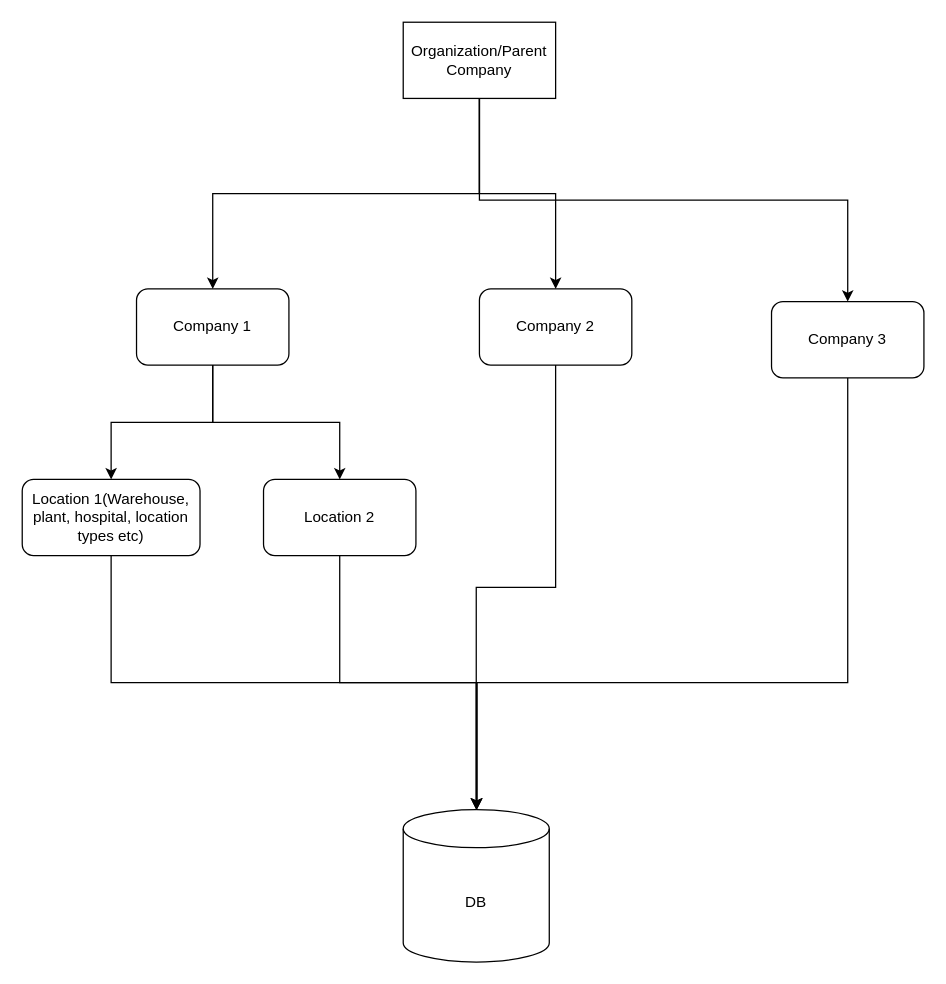
This is page "OrganizationStructure" (5 of 6) of InovXL.drawio from coolsharepoint/Test, a draw.io file, before an edit. Source tidied: cells renumbered, new cells numbered last; positions are measured from the earlier drawing's top-left corner, leaving out a move shared by most shapes. Both pictures are drawn from the tidied source at 127%, with x=0, y=0 at pixel (22, 22).
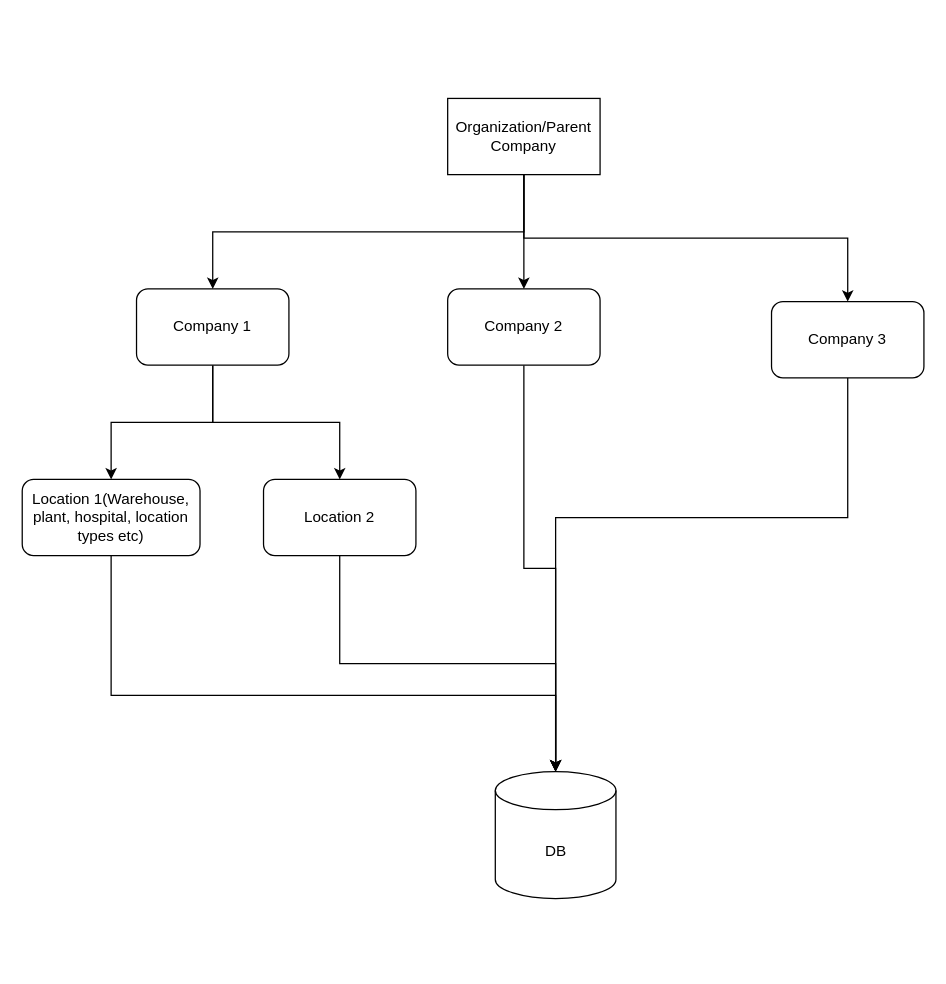
After the change.

Unchanged cells that the change refers to:
```xml
<mxCell id="12" value="Company 3" style="rounded=1;whiteSpace=wrap;html=1;" parent="1" vertex="1">
  <mxGeometry x="590" y="220" width="120" height="60" as="geometry" />
</mxCell>
<mxCell id="14" value="Location 1(Warehouse, plant, hospital, location types etc)" style="rounded=1;whiteSpace=wrap;html=1;" parent="1" vertex="1">
  <mxGeometry y="360" width="140" height="60" as="geometry" />
</mxCell>
<mxCell id="16" value="Location 2" style="rounded=1;whiteSpace=wrap;html=1;" parent="1" vertex="1">
  <mxGeometry x="190" y="360" width="120" height="60" as="geometry" />
</mxCell>
```

Diff of the diagram source:
```diff
@@
     <mxCell id="5" value="Organization/Parent Company" style="rounded=0;whiteSpace=wrap;html=1;" parent="1" vertex="1">
-      <mxGeometry x="300" width="120" height="60" as="geometry" />
+      <mxGeometry x="335" y="60" width="120" height="60" as="geometry" />
     </mxCell>
@@
     <mxCell id="10" value="Company 2" style="rounded=1;whiteSpace=wrap;html=1;" parent="1" vertex="1">
-      <mxGeometry x="360" y="210" width="120" height="60" as="geometry" />
+      <mxGeometry x="335" y="210" width="120" height="60" as="geometry" />
     </mxCell>
     <mxCell id="11" style="edgeStyle=orthogonalEdgeStyle;rounded=0;jettySize=auto;html=1;" parent="1" edge="1" source="12" target="17">
       <mxGeometry relative="1" as="geometry">
         <Array as="points">
-          <mxPoint x="650" y="520" />
-          <mxPoint x="358" y="520" />
+          <mxPoint x="650" y="390" />
+          <mxPoint x="420" y="390" />
         </Array>
       </mxGeometry>
     </mxCell>
@@
-    <mxCell id="13" style="edgeStyle=orthogonalEdgeStyle;rounded=0;jettySize=auto;html=1;exitX=0.5;exitY=1;exitDx=0;exitDy=0;" parent="1" edge="1" source="14" target="17">
-      <mxGeometry relative="1" as="geometry">
-        <Array as="points">
-          <mxPoint x="70" y="520" />
-          <mxPoint x="358" y="520" />
-        </Array>
-      </mxGeometry>
-    </mxCell>
@@
-    <mxCell id="15" style="edgeStyle=orthogonalEdgeStyle;rounded=0;jettySize=auto;html=1;" parent="1" edge="1" source="16" target="17">
+    <mxCell id="15" style="edgeStyle=orthogonalEdgeStyle;rounded=0;jettySize=auto;html=1;exitX=0.5;exitY=1;exitDx=0;exitDy=0;entryX=0.5;entryY=0;entryDx=0;entryDy=0;entryPerimeter=0;" parent="1" edge="1" source="16" target="17">
       <mxGeometry relative="1" as="geometry" />
     </mxCell>
@@
     <mxCell id="17" value="DB" style="shape=cylinder3;whiteSpace=wrap;html=1;boundedLbl=1;backgroundOutline=1;size=15;" parent="1" vertex="1">
-      <mxGeometry x="300" y="620" width="115" height="120" as="geometry" />
+      <mxGeometry x="372.5" y="590" width="95" height="100" as="geometry" />
     </mxCell>
+    <mxCell id="13" style="edgeStyle=orthogonalEdgeStyle;rounded=0;jettySize=auto;html=1;entryX=0.5;entryY=0;entryDx=0;entryDy=0;entryPerimeter=0;" parent="1" edge="1" source="14" target="17">
+      <mxGeometry relative="1" as="geometry">
+        <Array as="points">
+          <mxPoint x="70" y="530" />
+          <mxPoint x="420" y="530" />
+        </Array>
+      </mxGeometry>
+    </mxCell>
```
